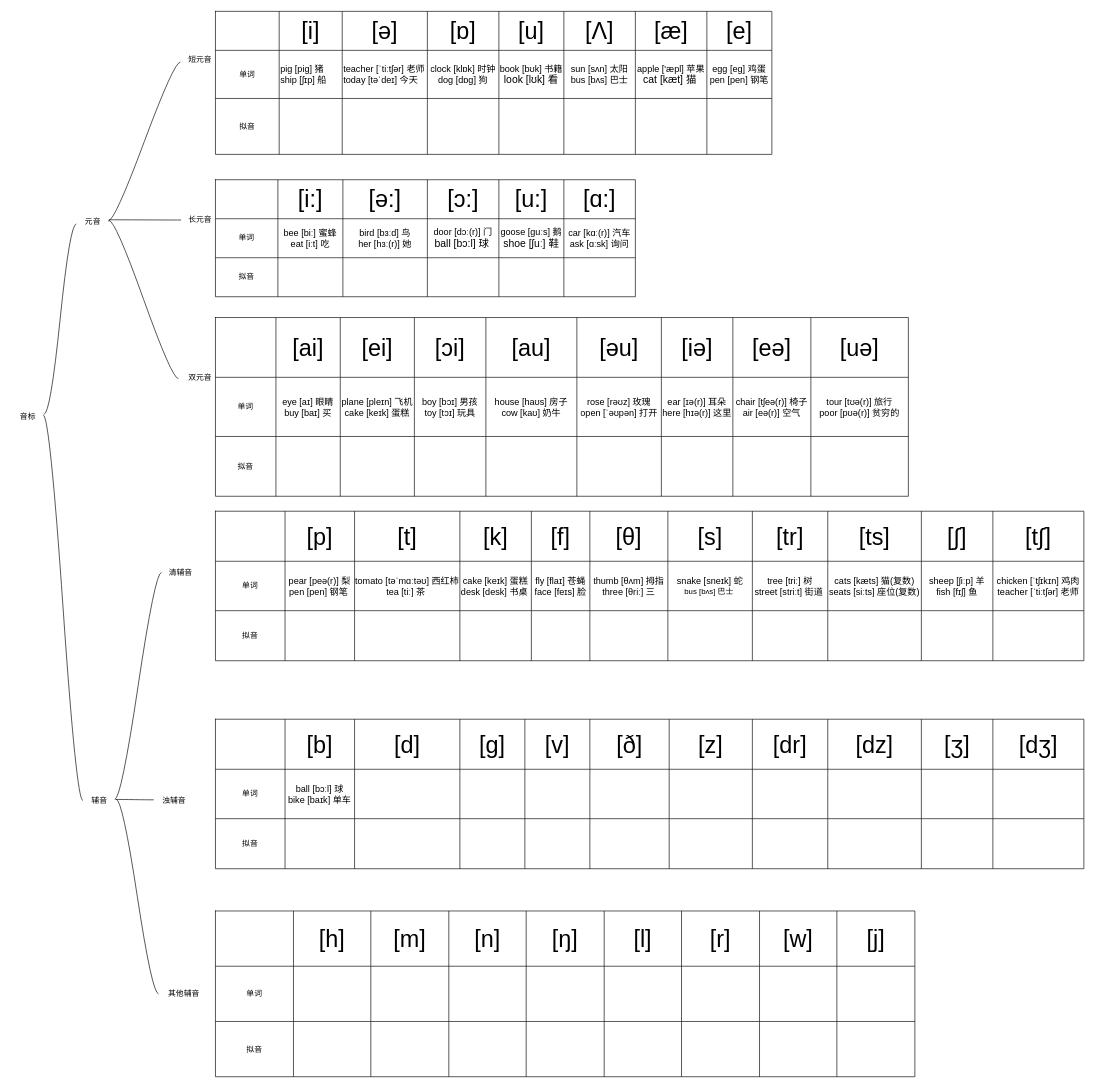
Before: page "第 2 页" (2 of 2) of 未命名表单.drawio in gituserc123/HelloWorld, a draw.io diagram. Source tidied: cells renumbered, new cells numbered last; positions are measured from the earlier drawing's top-left corner, leaving out a move shared by most shapes. Both pictures are drawn from the tidied source at 65%, with x=0, y=0 at pixel (11, 11).
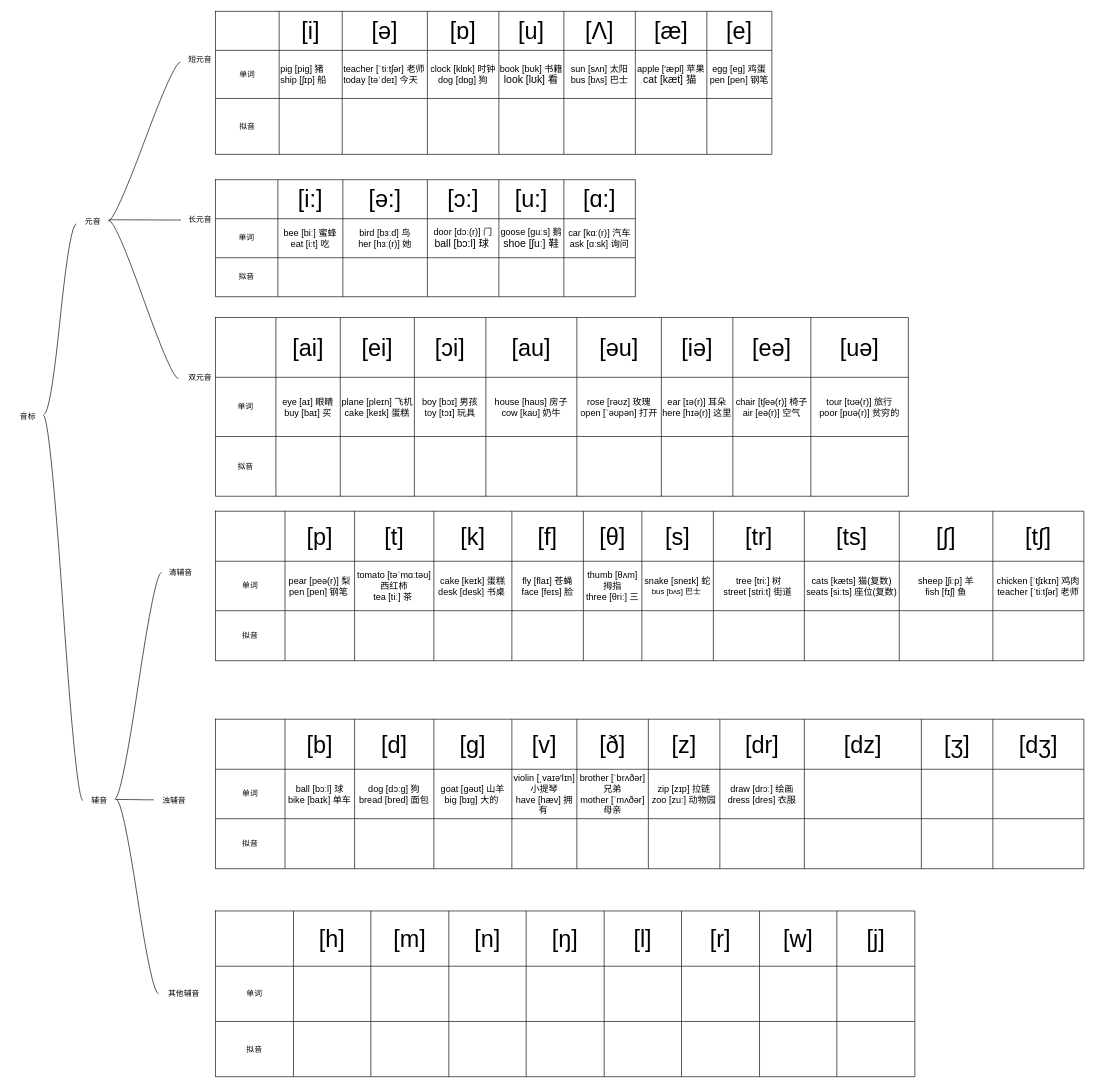
The same page after the edit.

Commit message (it also covers changes not shown here):
更新未命名表单.drawio

Unchanged cells that the change refers to:
```xml
<mxCell id="96" style="shape=tableRow;horizontal=0;startSize=0;swimlaneHead=0;swimlaneBody=0;strokeColor=inherit;top=0;left=0;bottom=0;right=0;fillColor=none;" parent="95" vertex="1">
  <mxGeometry width="1336" height="77" as="geometry" />
</mxCell>
<mxCell id="108" style="shape=tableRow;horizontal=0;startSize=0;swimlaneHead=0;swimlaneBody=0;strokeColor=inherit;top=0;left=0;bottom=0;right=0;fillColor=none;" parent="95" vertex="1">
  <mxGeometry y="77" width="1336" height="76" as="geometry" />
</mxCell>
<mxCell id="120" style="shape=tableRow;horizontal=0;startSize=0;swimlaneHead=0;swimlaneBody=0;strokeColor=inherit;top=0;left=0;bottom=0;right=0;fillColor=none;" parent="95" vertex="1">
  <mxGeometry y="153" width="1336" height="77" as="geometry" />
</mxCell>
<mxCell id="138" style="shape=tableRow;horizontal=0;startSize=0;swimlaneHead=0;swimlaneBody=0;strokeColor=inherit;top=0;left=0;bottom=0;right=0;fillColor=none;" parent="137" vertex="1">
  <mxGeometry width="1336" height="77" as="geometry" />
</mxCell>
<mxCell id="150" style="shape=tableRow;horizontal=0;startSize=0;swimlaneHead=0;swimlaneBody=0;strokeColor=inherit;top=0;left=0;bottom=0;right=0;fillColor=none;" parent="137" vertex="1">
  <mxGeometry y="77" width="1336" height="76" as="geometry" />
</mxCell>
<mxCell id="162" style="shape=tableRow;horizontal=0;startSize=0;swimlaneHead=0;swimlaneBody=0;strokeColor=inherit;top=0;left=0;bottom=0;right=0;fillColor=none;" parent="137" vertex="1">
  <mxGeometry y="153" width="1336" height="77" as="geometry" />
</mxCell>
```

Diff of the diagram source:
```diff
@@
     <mxCell id="99" value="&lt;font style=&quot;font-size: 36px;&quot;&gt;[t]&lt;/font&gt;" style="shape=partialRectangle;html=1;whiteSpace=wrap;strokeColor=inherit;overflow=hidden;fillColor=none;top=0;left=0;bottom=0;right=0;" parent="96" vertex="1">
-      <mxGeometry x="214" width="162" height="77" as="geometry" />
+      <mxGeometry x="214" width="122" height="77" as="geometry" />
     </mxCell>
     <mxCell id="100" value="&lt;font style=&quot;font-size: 36px;&quot;&gt;[k]&lt;/font&gt;" style="shape=partialRectangle;html=1;whiteSpace=wrap;strokeColor=inherit;overflow=hidden;fillColor=none;top=0;left=0;bottom=0;right=0;" parent="96" vertex="1">
-      <mxGeometry x="376" width="110" height="77" as="geometry" />
+      <mxGeometry x="336" width="120" height="77" as="geometry" />
     </mxCell>
     <mxCell id="101" value="&lt;font style=&quot;font-size: 36px;&quot;&gt;[f]&lt;/font&gt;" style="shape=partialRectangle;html=1;whiteSpace=wrap;strokeColor=inherit;overflow=hidden;fillColor=none;top=0;left=0;bottom=0;right=0;" parent="96" vertex="1">
-      <mxGeometry x="486" width="90" height="77" as="geometry" />
+      <mxGeometry x="456" width="110" height="77" as="geometry" />
     </mxCell>
     <mxCell id="102" value="&lt;font style=&quot;font-size: 36px;&quot;&gt;[θ]&lt;/font&gt;" style="shape=partialRectangle;html=1;whiteSpace=wrap;strokeColor=inherit;overflow=hidden;fillColor=none;top=0;left=0;bottom=0;right=0;" parent="96" vertex="1">
-      <mxGeometry x="576" width="120" height="77" as="geometry" />
+      <mxGeometry x="566" width="90" height="77" as="geometry" />
     </mxCell>
     <mxCell id="103" value="&lt;font style=&quot;font-size: 36px;&quot;&gt;[s]&lt;/font&gt;" style="shape=partialRectangle;html=1;whiteSpace=wrap;strokeColor=inherit;overflow=hidden;fillColor=none;top=0;left=0;bottom=0;right=0;" parent="96" vertex="1">
-      <mxGeometry x="696" width="130" height="77" as="geometry" />
+      <mxGeometry x="656" width="110" height="77" as="geometry" />
     </mxCell>
     <mxCell id="104" value="&lt;font style=&quot;font-size: 36px;&quot;&gt;[tr]&lt;/font&gt;" style="shape=partialRectangle;html=1;whiteSpace=wrap;strokeColor=inherit;overflow=hidden;fillColor=none;top=0;left=0;bottom=0;right=0;" parent="96" vertex="1">
-      <mxGeometry x="826" width="116" height="77" as="geometry" />
+      <mxGeometry x="766" width="140" height="77" as="geometry" />
     </mxCell>
     <mxCell id="105" value="&lt;font style=&quot;font-size: 36px;&quot;&gt;[ts]&lt;/font&gt;" style="shape=partialRectangle;html=1;whiteSpace=wrap;strokeColor=inherit;overflow=hidden;fillColor=none;top=0;left=0;bottom=0;right=0;" parent="96" vertex="1">
-      <mxGeometry x="942" width="144" height="77" as="geometry" />
+      <mxGeometry x="906" width="146" height="77" as="geometry" />
     </mxCell>
     <mxCell id="106" value="&lt;font style=&quot;font-size: 36px;&quot;&gt;[∫]&lt;/font&gt;" style="shape=partialRectangle;html=1;whiteSpace=wrap;strokeColor=inherit;overflow=hidden;fillColor=none;top=0;left=0;bottom=0;right=0;" parent="96" vertex="1">
-      <mxGeometry x="1086" width="110" height="77" as="geometry" />
+      <mxGeometry x="1052" width="144" height="77" as="geometry" />
     </mxCell>
@@
     <mxCell id="111" value="&lt;div&gt;&lt;font style=&quot;font-size: 14px;&quot;&gt;tomato [təˈmɑːtəʊ] 西红柿&lt;/font&gt;&lt;/div&gt;&lt;div&gt;&lt;font style=&quot;font-size: 14px;&quot;&gt;tea [tiː] 茶&amp;nbsp;&lt;/font&gt;&lt;/div&gt;" style="shape=partialRectangle;html=1;whiteSpace=wrap;strokeColor=inherit;overflow=hidden;fillColor=none;top=0;left=0;bottom=0;right=0;" parent="108" vertex="1">
-      <mxGeometry x="214" width="162" height="76" as="geometry" />
+      <mxGeometry x="214" width="122" height="76" as="geometry" />
     </mxCell>
     <mxCell id="112" value="&lt;div&gt;&lt;font style=&quot;font-size: 14px;&quot;&gt;cake [keɪk] 蛋糕&lt;/font&gt;&lt;/div&gt;&lt;div&gt;&lt;font style=&quot;font-size: 14px;&quot;&gt;desk [desk] 书桌&lt;/font&gt;&amp;nbsp;&lt;/div&gt;" style="shape=partialRectangle;html=1;whiteSpace=wrap;strokeColor=inherit;overflow=hidden;fillColor=none;top=0;left=0;bottom=0;right=0;" parent="108" vertex="1">
-      <mxGeometry x="376" width="110" height="76" as="geometry" />
+      <mxGeometry x="336" width="120" height="76" as="geometry" />
     </mxCell>
     <mxCell id="113" value="&lt;div&gt;&lt;font style=&quot;font-size: 14px;&quot;&gt;fly [flaɪ] 苍蝇&lt;/font&gt;&lt;/div&gt;&lt;div&gt;&lt;font style=&quot;font-size: 14px;&quot;&gt;face [feɪs] 脸&lt;/font&gt;&lt;/div&gt;" style="shape=partialRectangle;html=1;whiteSpace=wrap;strokeColor=inherit;overflow=hidden;fillColor=none;top=0;left=0;bottom=0;right=0;" parent="108" vertex="1">
-      <mxGeometry x="486" width="90" height="76" as="geometry" />
+      <mxGeometry x="456" width="110" height="76" as="geometry" />
     </mxCell>
     <mxCell id="114" value="&lt;div&gt;&lt;font style=&quot;font-size: 14px;&quot;&gt;thumb [θʌm] 拇指&lt;/font&gt;&lt;/div&gt;&lt;div&gt;&lt;font style=&quot;font-size: 14px;&quot;&gt;three [θriː] 三&lt;/font&gt;&lt;/div&gt;" style="shape=partialRectangle;html=1;whiteSpace=wrap;strokeColor=inherit;overflow=hidden;fillColor=none;top=0;left=0;bottom=0;right=0;" parent="108" vertex="1">
-      <mxGeometry x="576" width="120" height="76" as="geometry" />
+      <mxGeometry x="566" width="90" height="76" as="geometry" />
     </mxCell>
     <mxCell id="115" value="&lt;div&gt;&lt;font style=&quot;font-size: 14px;&quot;&gt;snake [sneɪk] 蛇&lt;/font&gt;&lt;/div&gt;&lt;div&gt;bus [bʌs] 巴士&amp;nbsp;&lt;/div&gt;" style="shape=partialRectangle;html=1;whiteSpace=wrap;strokeColor=inherit;overflow=hidden;fillColor=none;top=0;left=0;bottom=0;right=0;" parent="108" vertex="1">
-      <mxGeometry x="696" width="130" height="76" as="geometry" />
+      <mxGeometry x="656" width="110" height="76" as="geometry" />
     </mxCell>
     <mxCell id="116" value="&lt;div&gt;&lt;font style=&quot;font-size: 14px;&quot;&gt;tree [triː] 树&lt;/font&gt;&lt;/div&gt;&lt;div&gt;&lt;font style=&quot;font-size: 14px;&quot;&gt;street [striːt] 街道&lt;/font&gt;&amp;nbsp;&lt;/div&gt;" style="shape=partialRectangle;html=1;whiteSpace=wrap;strokeColor=inherit;overflow=hidden;fillColor=none;top=0;left=0;bottom=0;right=0;" parent="108" vertex="1">
-      <mxGeometry x="826" width="116" height="76" as="geometry" />
+      <mxGeometry x="766" width="140" height="76" as="geometry" />
     </mxCell>
     <mxCell id="117" value="&lt;div&gt;&lt;font style=&quot;font-size: 14px;&quot;&gt;cats [kæts] 猫(复数)&lt;/font&gt;&lt;/div&gt;&lt;div&gt;&lt;font style=&quot;font-size: 14px;&quot;&gt;seats [siːts] 座位(复数)&lt;/font&gt;&lt;/div&gt;" style="shape=partialRectangle;html=1;whiteSpace=wrap;strokeColor=inherit;overflow=hidden;fillColor=none;top=0;left=0;bottom=0;right=0;" parent="108" vertex="1">
-      <mxGeometry x="942" width="144" height="76" as="geometry" />
+      <mxGeometry x="906" width="146" height="76" as="geometry" />
     </mxCell>
     <mxCell id="118" value="&lt;div&gt;&lt;font style=&quot;font-size: 14px;&quot;&gt;sheep [ʃiːp] 羊&lt;/font&gt;&lt;/div&gt;&lt;div&gt;&lt;font style=&quot;font-size: 14px;&quot;&gt;fish [fɪʃ] 鱼&lt;/font&gt;&lt;/div&gt;" style="shape=partialRectangle;html=1;whiteSpace=wrap;strokeColor=inherit;overflow=hidden;fillColor=none;top=0;left=0;bottom=0;right=0;" parent="108" vertex="1">
-      <mxGeometry x="1086" width="110" height="76" as="geometry" />
+      <mxGeometry x="1052" width="144" height="76" as="geometry" />
     </mxCell>
@@
     <mxCell id="123" style="shape=partialRectangle;html=1;whiteSpace=wrap;strokeColor=inherit;overflow=hidden;fillColor=none;top=0;left=0;bottom=0;right=0;" parent="120" vertex="1">
-      <mxGeometry x="214" width="162" height="77" as="geometry" />
+      <mxGeometry x="214" width="122" height="77" as="geometry" />
     </mxCell>
     <mxCell id="124" style="shape=partialRectangle;html=1;whiteSpace=wrap;strokeColor=inherit;overflow=hidden;fillColor=none;top=0;left=0;bottom=0;right=0;" parent="120" vertex="1">
-      <mxGeometry x="376" width="110" height="77" as="geometry" />
+      <mxGeometry x="336" width="120" height="77" as="geometry" />
     </mxCell>
     <mxCell id="125" style="shape=partialRectangle;html=1;whiteSpace=wrap;strokeColor=inherit;overflow=hidden;fillColor=none;top=0;left=0;bottom=0;right=0;" parent="120" vertex="1">
-      <mxGeometry x="486" width="90" height="77" as="geometry" />
+      <mxGeometry x="456" width="110" height="77" as="geometry" />
     </mxCell>
     <mxCell id="126" style="shape=partialRectangle;html=1;whiteSpace=wrap;strokeColor=inherit;overflow=hidden;fillColor=none;top=0;left=0;bottom=0;right=0;" parent="120" vertex="1">
-      <mxGeometry x="576" width="120" height="77" as="geometry" />
+      <mxGeometry x="566" width="90" height="77" as="geometry" />
     </mxCell>
     <mxCell id="127" style="shape=partialRectangle;html=1;whiteSpace=wrap;strokeColor=inherit;overflow=hidden;fillColor=none;top=0;left=0;bottom=0;right=0;" parent="120" vertex="1">
-      <mxGeometry x="696" width="130" height="77" as="geometry" />
+      <mxGeometry x="656" width="110" height="77" as="geometry" />
     </mxCell>
     <mxCell id="128" style="shape=partialRectangle;html=1;whiteSpace=wrap;strokeColor=inherit;overflow=hidden;fillColor=none;top=0;left=0;bottom=0;right=0;" parent="120" vertex="1">
-      <mxGeometry x="826" width="116" height="77" as="geometry" />
+      <mxGeometry x="766" width="140" height="77" as="geometry" />
     </mxCell>
     <mxCell id="129" style="shape=partialRectangle;html=1;whiteSpace=wrap;strokeColor=inherit;overflow=hidden;fillColor=none;top=0;left=0;bottom=0;right=0;" parent="120" vertex="1">
-      <mxGeometry x="942" width="144" height="77" as="geometry" />
+      <mxGeometry x="906" width="146" height="77" as="geometry" />
     </mxCell>
     <mxCell id="130" style="shape=partialRectangle;html=1;whiteSpace=wrap;strokeColor=inherit;overflow=hidden;fillColor=none;top=0;left=0;bottom=0;right=0;" parent="120" vertex="1">
-      <mxGeometry x="1086" width="110" height="77" as="geometry" />
+      <mxGeometry x="1052" width="144" height="77" as="geometry" />
     </mxCell>
@@
     <mxCell id="141" value="&lt;font style=&quot;font-size: 36px;&quot;&gt;[d]&lt;/font&gt;" style="shape=partialRectangle;html=1;whiteSpace=wrap;strokeColor=inherit;overflow=hidden;fillColor=none;top=0;left=0;bottom=0;right=0;" parent="138" vertex="1">
-      <mxGeometry x="214" width="162" height="77" as="geometry" />
+      <mxGeometry x="214" width="122" height="77" as="geometry" />
     </mxCell>
     <mxCell id="142" value="&lt;font style=&quot;font-size: 36px;&quot;&gt;[g]&lt;/font&gt;" style="shape=partialRectangle;html=1;whiteSpace=wrap;strokeColor=inherit;overflow=hidden;fillColor=none;top=0;left=0;bottom=0;right=0;" parent="138" vertex="1">
-      <mxGeometry x="376" width="100" height="77" as="geometry" />
+      <mxGeometry x="336" width="120" height="77" as="geometry" />
     </mxCell>
     <mxCell id="143" value="&lt;font style=&quot;font-size: 36px;&quot;&gt;[v]&lt;/font&gt;" style="shape=partialRectangle;html=1;whiteSpace=wrap;strokeColor=inherit;overflow=hidden;fillColor=none;top=0;left=0;bottom=0;right=0;" parent="138" vertex="1">
-      <mxGeometry x="476" width="100" height="77" as="geometry" />
+      <mxGeometry x="456" width="100" height="77" as="geometry" />
     </mxCell>
     <mxCell id="144" value="&lt;font style=&quot;font-size: 36px;&quot;&gt;[ð]&lt;/font&gt;" style="shape=partialRectangle;html=1;whiteSpace=wrap;strokeColor=inherit;overflow=hidden;fillColor=none;top=0;left=0;bottom=0;right=0;" parent="138" vertex="1">
-      <mxGeometry x="576" width="122" height="77" as="geometry" />
+      <mxGeometry x="556" width="110" height="77" as="geometry" />
     </mxCell>
     <mxCell id="145" value="&lt;font style=&quot;font-size: 36px;&quot;&gt;[z]&lt;/font&gt;" style="shape=partialRectangle;html=1;whiteSpace=wrap;strokeColor=inherit;overflow=hidden;fillColor=none;top=0;left=0;bottom=0;right=0;" parent="138" vertex="1">
-      <mxGeometry x="698" width="128" height="77" as="geometry" />
+      <mxGeometry x="666" width="110" height="77" as="geometry" />
     </mxCell>
     <mxCell id="146" value="&lt;font style=&quot;font-size: 36px;&quot;&gt;[dr]&lt;/font&gt;" style="shape=partialRectangle;html=1;whiteSpace=wrap;strokeColor=inherit;overflow=hidden;fillColor=none;top=0;left=0;bottom=0;right=0;" parent="138" vertex="1">
-      <mxGeometry x="826" width="116" height="77" as="geometry" />
+      <mxGeometry x="776" width="130" height="77" as="geometry" />
     </mxCell>
     <mxCell id="147" value="&lt;font style=&quot;font-size: 36px;&quot;&gt;[dz]&lt;/font&gt;" style="shape=partialRectangle;html=1;whiteSpace=wrap;strokeColor=inherit;overflow=hidden;fillColor=none;top=0;left=0;bottom=0;right=0;" parent="138" vertex="1">
-      <mxGeometry x="942" width="144" height="77" as="geometry" />
+      <mxGeometry x="906" width="180" height="77" as="geometry" />
     </mxCell>
@@
-    <mxCell id="153" style="shape=partialRectangle;html=1;whiteSpace=wrap;strokeColor=inherit;overflow=hidden;fillColor=none;top=0;left=0;bottom=0;right=0;" parent="150" vertex="1">
-      <mxGeometry x="214" width="162" height="76" as="geometry" />
+    <mxCell id="153" value="&lt;div&gt;&lt;font style=&quot;font-size: 14px;&quot;&gt;dog [dɔːɡ] 狗&lt;/font&gt;&lt;/div&gt;&lt;div&gt;&lt;font style=&quot;font-size: 14px;&quot;&gt;bread [bred] 面包&lt;/font&gt;&lt;/div&gt;" style="shape=partialRectangle;html=1;whiteSpace=wrap;strokeColor=inherit;overflow=hidden;fillColor=none;top=0;left=0;bottom=0;right=0;" parent="150" vertex="1">
+      <mxGeometry x="214" width="122" height="76" as="geometry" />
     </mxCell>
-    <mxCell id="154" style="shape=partialRectangle;html=1;whiteSpace=wrap;strokeColor=inherit;overflow=hidden;fillColor=none;top=0;left=0;bottom=0;right=0;" parent="150" vertex="1">
-      <mxGeometry x="376" width="100" height="76" as="geometry" />
+    <mxCell id="154" value="&lt;div&gt;&lt;font style=&quot;font-size: 14px;&quot;&gt;goat [ɡəʊt] 山羊&lt;/font&gt;&lt;/div&gt;&lt;div&gt;&lt;font style=&quot;font-size: 14px;&quot;&gt;big [bɪɡ] 大的&lt;/font&gt;&amp;nbsp;&lt;/div&gt;" style="shape=partialRectangle;html=1;whiteSpace=wrap;strokeColor=inherit;overflow=hidden;fillColor=none;top=0;left=0;bottom=0;right=0;" parent="150" vertex="1">
+      <mxGeometry x="336" width="120" height="76" as="geometry" />
     </mxCell>
-    <mxCell id="155" style="shape=partialRectangle;html=1;whiteSpace=wrap;strokeColor=inherit;overflow=hidden;fillColor=none;top=0;left=0;bottom=0;right=0;" parent="150" vertex="1">
-      <mxGeometry x="476" width="100" height="76" as="geometry" />
+    <mxCell id="155" value="&lt;div&gt;&lt;font style=&quot;font-size: 14px;&quot;&gt;violin [ˌvaɪə'lɪn] 小提琴&lt;/font&gt;&lt;/div&gt;&lt;div&gt;&lt;font style=&quot;font-size: 14px;&quot;&gt;have [hæv] 拥有&lt;/font&gt;&amp;nbsp;&lt;/div&gt;" style="shape=partialRectangle;html=1;whiteSpace=wrap;strokeColor=inherit;overflow=hidden;fillColor=none;top=0;left=0;bottom=0;right=0;" parent="150" vertex="1">
+      <mxGeometry x="456" width="100" height="76" as="geometry" />
     </mxCell>
-    <mxCell id="156" style="shape=partialRectangle;html=1;whiteSpace=wrap;strokeColor=inherit;overflow=hidden;fillColor=none;top=0;left=0;bottom=0;right=0;" parent="150" vertex="1">
-      <mxGeometry x="576" width="122" height="76" as="geometry" />
+    <mxCell id="156" value="&lt;div&gt;&lt;font style=&quot;font-size: 14px;&quot;&gt;brother [ˈbrʌðər] 兄弟&lt;/font&gt;&lt;/div&gt;&lt;div&gt;&lt;font style=&quot;font-size: 14px;&quot;&gt;mother [ˈmʌðər] 母亲&lt;/font&gt;&lt;/div&gt;" style="shape=partialRectangle;html=1;whiteSpace=wrap;strokeColor=inherit;overflow=hidden;fillColor=none;top=0;left=0;bottom=0;right=0;" parent="150" vertex="1">
+      <mxGeometry x="556" width="110" height="76" as="geometry" />
     </mxCell>
-    <mxCell id="157" style="shape=partialRectangle;html=1;whiteSpace=wrap;strokeColor=inherit;overflow=hidden;fillColor=none;top=0;left=0;bottom=0;right=0;" parent="150" vertex="1">
-      <mxGeometry x="698" width="128" height="76" as="geometry" />
+    <mxCell id="157" value="&lt;div&gt;&lt;font style=&quot;font-size: 14px;&quot;&gt;zip [zɪp] 拉链&lt;/font&gt;&lt;/div&gt;&lt;div&gt;&lt;font style=&quot;font-size: 14px;&quot;&gt;zoo [zuː] 动物园&lt;/font&gt;&lt;/div&gt;" style="shape=partialRectangle;html=1;whiteSpace=wrap;strokeColor=inherit;overflow=hidden;fillColor=none;top=0;left=0;bottom=0;right=0;" parent="150" vertex="1">
+      <mxGeometry x="666" width="110" height="76" as="geometry" />
     </mxCell>
-    <mxCell id="158" style="shape=partialRectangle;html=1;whiteSpace=wrap;strokeColor=inherit;overflow=hidden;fillColor=none;top=0;left=0;bottom=0;right=0;" parent="150" vertex="1">
-      <mxGeometry x="826" width="116" height="76" as="geometry" />
+    <mxCell id="158" value="&lt;div&gt;&lt;font style=&quot;font-size: 14px;&quot;&gt;draw [drɔː] 绘画&lt;/font&gt;&lt;/div&gt;&lt;div&gt;&lt;font style=&quot;font-size: 14px;&quot;&gt;dress [dres] 衣服&lt;/font&gt;&lt;/div&gt;" style="shape=partialRectangle;html=1;whiteSpace=wrap;strokeColor=inherit;overflow=hidden;fillColor=none;top=0;left=0;bottom=0;right=0;" parent="150" vertex="1">
+      <mxGeometry x="776" width="130" height="76" as="geometry" />
     </mxCell>
     <mxCell id="159" style="shape=partialRectangle;html=1;whiteSpace=wrap;strokeColor=inherit;overflow=hidden;fillColor=none;top=0;left=0;bottom=0;right=0;" parent="150" vertex="1">
-      <mxGeometry x="942" width="144" height="76" as="geometry" />
+      <mxGeometry x="906" width="180" height="76" as="geometry" />
     </mxCell>
@@
     <mxCell id="165" style="shape=partialRectangle;html=1;whiteSpace=wrap;strokeColor=inherit;overflow=hidden;fillColor=none;top=0;left=0;bottom=0;right=0;" parent="162" vertex="1">
-      <mxGeometry x="214" width="162" height="77" as="geometry" />
+      <mxGeometry x="214" width="122" height="77" as="geometry" />
     </mxCell>
     <mxCell id="166" style="shape=partialRectangle;html=1;whiteSpace=wrap;strokeColor=inherit;overflow=hidden;fillColor=none;top=0;left=0;bottom=0;right=0;" parent="162" vertex="1">
-      <mxGeometry x="376" width="100" height="77" as="geometry" />
+      <mxGeometry x="336" width="120" height="77" as="geometry" />
     </mxCell>
     <mxCell id="167" style="shape=partialRectangle;html=1;whiteSpace=wrap;strokeColor=inherit;overflow=hidden;fillColor=none;top=0;left=0;bottom=0;right=0;" parent="162" vertex="1">
-      <mxGeometry x="476" width="100" height="77" as="geometry" />
+      <mxGeometry x="456" width="100" height="77" as="geometry" />
     </mxCell>
     <mxCell id="168" style="shape=partialRectangle;html=1;whiteSpace=wrap;strokeColor=inherit;overflow=hidden;fillColor=none;top=0;left=0;bottom=0;right=0;" parent="162" vertex="1">
-      <mxGeometry x="576" width="122" height="77" as="geometry" />
+      <mxGeometry x="556" width="110" height="77" as="geometry" />
     </mxCell>
     <mxCell id="169" style="shape=partialRectangle;html=1;whiteSpace=wrap;strokeColor=inherit;overflow=hidden;fillColor=none;top=0;left=0;bottom=0;right=0;" parent="162" vertex="1">
-      <mxGeometry x="698" width="128" height="77" as="geometry" />
+      <mxGeometry x="666" width="110" height="77" as="geometry" />
     </mxCell>
     <mxCell id="170" style="shape=partialRectangle;html=1;whiteSpace=wrap;strokeColor=inherit;overflow=hidden;fillColor=none;top=0;left=0;bottom=0;right=0;" parent="162" vertex="1">
-      <mxGeometry x="826" width="116" height="77" as="geometry" />
+      <mxGeometry x="776" width="130" height="77" as="geometry" />
     </mxCell>
     <mxCell id="171" style="shape=partialRectangle;html=1;whiteSpace=wrap;strokeColor=inherit;overflow=hidden;fillColor=none;top=0;left=0;bottom=0;right=0;" parent="162" vertex="1">
-      <mxGeometry x="942" width="144" height="77" as="geometry" />
+      <mxGeometry x="906" width="180" height="77" as="geometry" />
     </mxCell>
```
